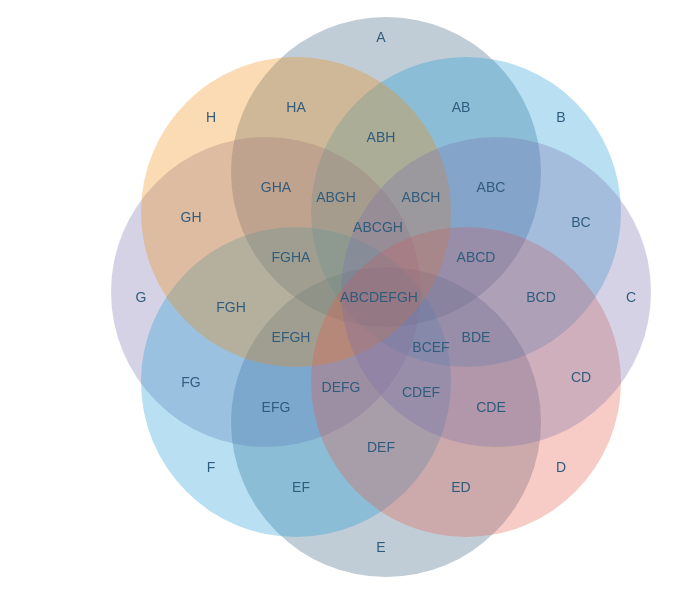
Before: Untitled Diagram.drawio in yuanalexwu/chart, a draw.io diagram. Source tidied: cells renumbered, new cells numbered last; positions are measured from the earlier drawing's top-left corner, leaving out a move shared by most shapes. Both pictures are drawn from the tidied source at 100%, with x=0, y=0 at pixel (110, 17).
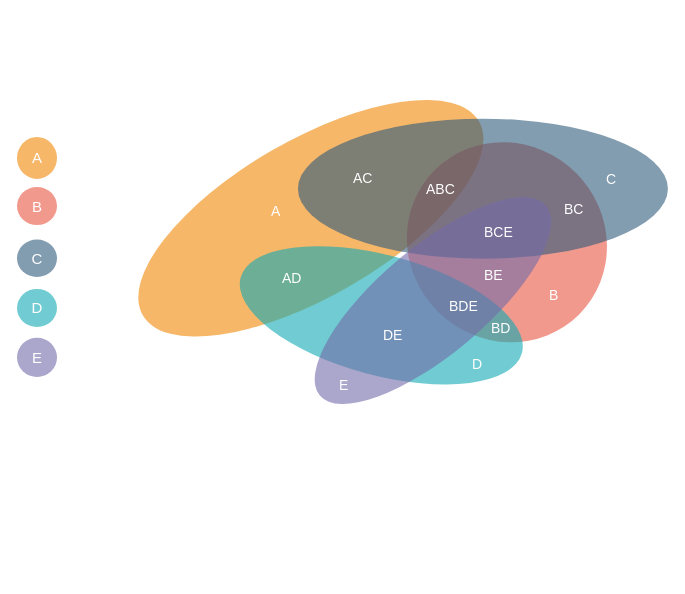
The same diagram, later.

Change to the diagram source:
```diff
@@
-    <mxCell id="2" style="ellipse;whiteSpace=wrap;html=1;rounded=1;shadow=0;labelBackgroundColor=none;strokeColor=none;strokeWidth=3;fillColor=#2f5b7c;gradientColor=none;fontFamily=Helvetica;fontSize=14;fontColor=#AE4132;align=center;opacity=30;" parent="1" vertex="1">
-      <mxGeometry x="120.5" y="249.5" width="310" height="310" as="geometry" />
-    </mxCell>
-    <mxCell id="3" style="ellipse;whiteSpace=wrap;html=1;rounded=1;shadow=0;labelBackgroundColor=none;strokeColor=none;strokeWidth=3;fillColor=#2f5b7c;gradientColor=none;fontFamily=Helvetica;fontSize=14;fontColor=#AE4132;align=center;opacity=30;" parent="1" vertex="1">
-      <mxGeometry x="120.5" y="-0.5" width="310" height="310" as="geometry" />
-    </mxCell>
-    <mxCell id="4" style="ellipse;whiteSpace=wrap;html=1;rounded=1;shadow=0;labelBackgroundColor=none;strokeColor=none;strokeWidth=3;fillColor=#1699D3;gradientColor=none;fontFamily=Helvetica;fontSize=14;fontColor=#AE4132;align=center;opacity=30;" parent="1" vertex="1">
-      <mxGeometry x="200.5" y="39.5" width="310" height="310" as="geometry" />
-    </mxCell>
-    <mxCell id="5" style="ellipse;whiteSpace=wrap;html=1;rounded=1;shadow=0;labelBackgroundColor=none;strokeColor=none;strokeWidth=3;fillColor=#736CA8;gradientColor=none;fontFamily=Helvetica;fontSize=14;fontColor=#AE4132;align=center;opacity=30;" parent="1" vertex="1">
-      <mxGeometry x="0.5" y="119.5" width="310" height="310" as="geometry" />
-    </mxCell>
-    <mxCell id="6" style="ellipse;whiteSpace=wrap;html=1;rounded=1;shadow=0;labelBackgroundColor=none;strokeColor=none;strokeWidth=3;fillColor=#1699D3;gradientColor=none;fontFamily=Helvetica;fontSize=14;fontColor=#AE4132;align=center;opacity=30;" parent="1" vertex="1">
-      <mxGeometry x="30.5" y="209.5" width="310" height="310" as="geometry" />
-    </mxCell>
-    <mxCell id="7" style="ellipse;whiteSpace=wrap;html=1;rounded=1;shadow=0;labelBackgroundColor=none;strokeColor=none;strokeWidth=3;fillColor=#F08705;gradientColor=none;fontFamily=Helvetica;fontSize=14;fontColor=#AE4132;align=center;opacity=30;" parent="1" vertex="1">
-      <mxGeometry x="30.5" y="39.5" width="310" height="310" as="geometry" />
-    </mxCell>
-    <mxCell id="8" style="ellipse;whiteSpace=wrap;html=1;rounded=1;shadow=0;labelBackgroundColor=none;strokeColor=none;strokeWidth=3;fillColor=#E85642;gradientColor=none;fontFamily=Helvetica;fontSize=14;fontColor=#AE4132;align=center;opacity=30;" parent="1" vertex="1">
-      <mxGeometry x="200.5" y="209.5" width="310" height="310" as="geometry" />
-    </mxCell>
-    <mxCell id="9" style="ellipse;whiteSpace=wrap;html=1;rounded=1;shadow=0;labelBackgroundColor=none;strokeColor=none;strokeWidth=3;fillColor=#736CA8;gradientColor=none;fontFamily=Helvetica;fontSize=14;fontColor=#AE4132;align=center;opacity=30;" parent="1" vertex="1">
-      <mxGeometry x="230.5" y="119.5" width="310" height="310" as="geometry" />
-    </mxCell>
-    <mxCell id="10" value="H" style="text;html=1;strokeColor=none;fillColor=none;align=center;verticalAlign=middle;whiteSpace=wrap;rounded=0;shadow=0;labelBackgroundColor=none;fontFamily=Helvetica;fontSize=14;fontColor=#2F5B7C;" parent="1" vertex="1">
-      <mxGeometry x="80.5" y="89.5" width="40" height="20" as="geometry" />
-    </mxCell>
-    <mxCell id="11" value="G" style="text;html=1;strokeColor=none;fillColor=none;align=center;verticalAlign=middle;whiteSpace=wrap;rounded=0;shadow=0;labelBackgroundColor=none;fontFamily=Helvetica;fontSize=14;fontColor=#2F5B7C;" parent="1" vertex="1">
-      <mxGeometry x="10.5" y="269.5" width="40" height="20" as="geometry" />
-    </mxCell>
-    <mxCell id="12" value="F" style="text;html=1;strokeColor=none;fillColor=none;align=center;verticalAlign=middle;whiteSpace=wrap;rounded=0;shadow=0;labelBackgroundColor=none;fontFamily=Helvetica;fontSize=14;fontColor=#2F5B7C;" parent="1" vertex="1">
-      <mxGeometry x="80.5" y="439.5" width="40" height="20" as="geometry" />
-    </mxCell>
-    <mxCell id="13" value="E" style="text;html=1;strokeColor=none;fillColor=none;align=center;verticalAlign=middle;whiteSpace=wrap;rounded=0;shadow=0;labelBackgroundColor=none;fontFamily=Helvetica;fontSize=14;fontColor=#2F5B7C;" parent="1" vertex="1">
-      <mxGeometry x="250.5" y="519.5" width="40" height="20" as="geometry" />
-    </mxCell>
-    <mxCell id="14" value="D" style="text;html=1;strokeColor=none;fillColor=none;align=center;verticalAlign=middle;whiteSpace=wrap;rounded=0;shadow=0;labelBackgroundColor=none;fontFamily=Helvetica;fontSize=14;fontColor=#2F5B7C;" parent="1" vertex="1">
-      <mxGeometry x="430.5" y="439.5" width="40" height="20" as="geometry" />
-    </mxCell>
-    <mxCell id="15" value="C" style="text;html=1;strokeColor=none;fillColor=none;align=center;verticalAlign=middle;whiteSpace=wrap;rounded=0;shadow=0;labelBackgroundColor=none;fontFamily=Helvetica;fontSize=14;fontColor=#2F5B7C;" parent="1" vertex="1">
-      <mxGeometry x="500.5" y="269.5" width="40" height="20" as="geometry" />
-    </mxCell>
-    <mxCell id="16" value="B" style="text;html=1;strokeColor=none;fillColor=none;align=center;verticalAlign=middle;whiteSpace=wrap;rounded=0;shadow=0;labelBackgroundColor=none;fontFamily=Helvetica;fontSize=14;fontColor=#2F5B7C;" parent="1" vertex="1">
-      <mxGeometry x="430.5" y="89.5" width="40" height="20" as="geometry" />
-    </mxCell>
-    <mxCell id="17" value="A" style="text;html=1;strokeColor=none;fillColor=none;align=center;verticalAlign=middle;whiteSpace=wrap;rounded=0;shadow=0;labelBackgroundColor=none;fontFamily=Helvetica;fontSize=14;fontColor=#2F5B7C;" parent="1" vertex="1">
-      <mxGeometry x="250.5" y="9.5" width="40" height="20" as="geometry" />
-    </mxCell>
-    <mxCell id="18" value="HA" style="text;html=1;strokeColor=none;fillColor=none;align=center;verticalAlign=middle;whiteSpace=wrap;rounded=0;shadow=0;labelBackgroundColor=none;fontFamily=Helvetica;fontSize=14;fontColor=#2F5B7C;" parent="1" vertex="1">
-      <mxGeometry x="165.5" y="79.5" width="40" height="20" as="geometry" />
-    </mxCell>
-    <mxCell id="19" value="AB" style="text;html=1;strokeColor=none;fillColor=none;align=center;verticalAlign=middle;whiteSpace=wrap;rounded=0;shadow=0;labelBackgroundColor=none;fontFamily=Helvetica;fontSize=14;fontColor=#2F5B7C;" parent="1" vertex="1">
-      <mxGeometry x="330.5" y="79.5" width="40" height="20" as="geometry" />
-    </mxCell>
+    <mxCell id="45" style="ellipse;whiteSpace=wrap;rotation=-30;fillColor=#F08705;opacity=60;strokeColor=none;html=1;" parent="1" vertex="1">
+      <mxGeometry x="6.3" y="122.6" width="388.1" height="156.4" as="geometry" />
+    </mxCell>
+    <mxCell id="46" style="ellipse;whiteSpace=wrap;rotation=135;fillColor=#E85642;opacity=60;strokeColor=none;html=1;" parent="1" vertex="1">
+      <mxGeometry x="298.5" y="122.6" width="195.8" height="204.3" as="geometry" />
+    </mxCell>
+    <mxCell id="47" style="ellipse;whiteSpace=wrap;fillColor=#2F5B7C;opacity=60;strokeColor=none;html=1;" parent="1" vertex="1">
+      <mxGeometry x="187.4" y="101.2" width="370" height="140" as="geometry" />
+    </mxCell>
+    <mxCell id="48" style="ellipse;whiteSpace=wrap;fillColor=#12AAB5;opacity=60;strokeColor=none;rotation=15;html=1;" parent="1" vertex="1">
+      <mxGeometry x="125.2" y="237.8" width="291.2" height="120" as="geometry" />
+    </mxCell>
+    <mxCell id="49" style="ellipse;whiteSpace=wrap;rotation=-40;fillColor=#736CA8;opacity=60;strokeColor=none;html=1;" parent="1" vertex="1">
+      <mxGeometry x="174.8" y="229.4" width="295.4" height="107.3" as="geometry" />
+    </mxCell>
+    <mxCell id="50" value="A" style="text;spacingTop=-5;fontStyle=0;fontSize=14;html=1;fontColor=#FFFFFF;" parent="1" vertex="1">
+      <mxGeometry x="158.5" y="184.4" width="30" height="20" as="geometry" />
+    </mxCell>
+    <mxCell id="51" value="B" style="text;spacingTop=-5;fontStyle=0;fontSize=14;html=1;fontColor=#FFFFFF;" parent="1" vertex="1">
+      <mxGeometry x="436.5" y="267.6" width="30" height="20" as="geometry" />
+    </mxCell>
+    <mxCell id="52" value="C" style="text;spacingTop=-5;fontStyle=0;fontSize=14;html=1;fontColor=#FFFFFF;" parent="1" vertex="1">
+      <mxGeometry x="494.3" y="152.4" width="30" height="20" as="geometry" />
+    </mxCell>
+    <mxCell id="53" value="D" style="text;spacingTop=-5;fontStyle=0;fontSize=14;html=1;fontColor=#FFFFFF;" parent="1" vertex="1">
+      <mxGeometry x="360.4" y="336.7" width="30" height="20" as="geometry" />
+    </mxCell>
+    <mxCell id="54" value="E" style="text;spacingTop=-5;fontStyle=0;fontSize=14;html=1;fontColor=#FFFFFF;" parent="1" vertex="1">
+      <mxGeometry x="226.5" y="357.8" width="30" height="20" as="geometry" />
+    </mxCell>
+    <mxCell id="55" value="AC" style="text;spacingTop=-5;fontStyle=0;fontSize=14;html=1;fontColor=#FFFFFF;" parent="1" vertex="1">
+      <mxGeometry x="240.8" y="150.5" width="30" height="20" as="geometry" />
+    </mxCell>
+    <mxCell id="21" value="BC" style="text;spacingTop=-5;fontStyle=0;fontSize=14;html=1;fontColor=#FFFFFF;" parent="1" vertex="1">
+      <mxGeometry x="451.5" y="182.4" width="30" height="20" as="geometry" />
+    </mxCell>
-    <mxCell id="20" value="ABC" style="text;html=1;strokeColor=none;fillColor=none;align=center;verticalAlign=middle;whiteSpace=wrap;rounded=0;shadow=0;labelBackgroundColor=none;fontFamily=Helvetica;fontSize=14;fontColor=#2F5B7C;" parent="1" vertex="1">
-      <mxGeometry x="360.5" y="159.5" width="40" height="20" as="geometry" />
+    <mxCell id="20" value="ABC" style="text;spacingTop=-5;fontStyle=0;fontSize=14;html=1;fontColor=#FFFFFF;" parent="1" vertex="1">
+      <mxGeometry x="314.4" y="162.4" width="30" height="20" as="geometry" />
     </mxCell>
-    <mxCell id="21" value="BC" style="text;html=1;strokeColor=none;fillColor=none;align=center;verticalAlign=middle;whiteSpace=wrap;rounded=0;shadow=0;labelBackgroundColor=none;fontFamily=Helvetica;fontSize=14;fontColor=#2F5B7C;" parent="1" vertex="1">
-      <mxGeometry x="450.5" y="194.5" width="40" height="20" as="geometry" />
-    </mxCell>
-    <mxCell id="22" value="BCD" style="text;html=1;strokeColor=none;fillColor=none;align=center;verticalAlign=middle;whiteSpace=wrap;rounded=0;shadow=0;labelBackgroundColor=none;fontFamily=Helvetica;fontSize=14;fontColor=#2F5B7C;" parent="1" vertex="1">
-      <mxGeometry x="410.5" y="269.5" width="40" height="20" as="geometry" />
-    </mxCell>
-    <mxCell id="23" value="CD" style="text;html=1;strokeColor=none;fillColor=none;align=center;verticalAlign=middle;whiteSpace=wrap;rounded=0;shadow=0;labelBackgroundColor=none;fontFamily=Helvetica;fontSize=14;fontColor=#2F5B7C;" parent="1" vertex="1">
-      <mxGeometry x="450.5" y="349.5" width="40" height="20" as="geometry" />
-    </mxCell>
-    <mxCell id="24" value="ED" style="text;html=1;strokeColor=none;fillColor=none;align=center;verticalAlign=middle;whiteSpace=wrap;rounded=0;shadow=0;labelBackgroundColor=none;fontFamily=Helvetica;fontSize=14;fontColor=#2F5B7C;" parent="1" vertex="1">
-      <mxGeometry x="330.5" y="459.5" width="40" height="20" as="geometry" />
-    </mxCell>
-    <mxCell id="25" value="CDE" style="text;html=1;strokeColor=none;fillColor=none;align=center;verticalAlign=middle;whiteSpace=wrap;rounded=0;shadow=0;labelBackgroundColor=none;fontFamily=Helvetica;fontSize=14;fontColor=#2F5B7C;" parent="1" vertex="1">
-      <mxGeometry x="360.5" y="379.5" width="40" height="20" as="geometry" />
-    </mxCell>
-    <mxCell id="26" value="EF" style="text;html=1;strokeColor=none;fillColor=none;align=center;verticalAlign=middle;whiteSpace=wrap;rounded=0;shadow=0;labelBackgroundColor=none;fontFamily=Helvetica;fontSize=14;fontColor=#2F5B7C;" parent="1" vertex="1">
-      <mxGeometry x="170.5" y="459.5" width="40" height="20" as="geometry" />
-    </mxCell>
-    <mxCell id="27" value="DEF" style="text;html=1;strokeColor=none;fillColor=none;align=center;verticalAlign=middle;whiteSpace=wrap;rounded=0;shadow=0;labelBackgroundColor=none;fontFamily=Helvetica;fontSize=14;fontColor=#2F5B7C;" parent="1" vertex="1">
-      <mxGeometry x="250.5" y="419.5" width="40" height="20" as="geometry" />
-    </mxCell>
-    <mxCell id="28" value="EFG" style="text;html=1;strokeColor=none;fillColor=none;align=center;verticalAlign=middle;whiteSpace=wrap;rounded=0;shadow=0;labelBackgroundColor=none;fontFamily=Helvetica;fontSize=14;fontColor=#2F5B7C;" parent="1" vertex="1">
-      <mxGeometry x="145.5" y="379.5" width="40" height="20" as="geometry" />
-    </mxCell>
-    <mxCell id="29" value="FG" style="text;html=1;strokeColor=none;fillColor=none;align=center;verticalAlign=middle;whiteSpace=wrap;rounded=0;shadow=0;labelBackgroundColor=none;fontFamily=Helvetica;fontSize=14;fontColor=#2F5B7C;" parent="1" vertex="1">
-      <mxGeometry x="60.5" y="354.5" width="40" height="20" as="geometry" />
-    </mxCell>
-    <mxCell id="30" value="FGH" style="text;html=1;strokeColor=none;fillColor=none;align=center;verticalAlign=middle;whiteSpace=wrap;rounded=0;shadow=0;labelBackgroundColor=none;fontFamily=Helvetica;fontSize=14;fontColor=#2F5B7C;" parent="1" vertex="1">
-      <mxGeometry x="100.5" y="279.5" width="40" height="20" as="geometry" />
-    </mxCell>
-    <mxCell id="31" value="GH" style="text;html=1;strokeColor=none;fillColor=none;align=center;verticalAlign=middle;whiteSpace=wrap;rounded=0;shadow=0;labelBackgroundColor=none;fontFamily=Helvetica;fontSize=14;fontColor=#2F5B7C;" parent="1" vertex="1">
-      <mxGeometry x="60.5" y="189.5" width="40" height="20" as="geometry" />
-    </mxCell>
-    <mxCell id="32" value="GHA" style="text;html=1;strokeColor=none;fillColor=none;align=center;verticalAlign=middle;whiteSpace=wrap;rounded=0;shadow=0;labelBackgroundColor=none;fontFamily=Helvetica;fontSize=14;fontColor=#2F5B7C;" parent="1" vertex="1">
-      <mxGeometry x="145.5" y="159.5" width="40" height="20" as="geometry" />
-    </mxCell>
-    <mxCell id="33" value="ABH" style="text;html=1;strokeColor=none;fillColor=none;align=center;verticalAlign=middle;whiteSpace=wrap;rounded=0;shadow=0;labelBackgroundColor=none;fontFamily=Helvetica;fontSize=14;fontColor=#2F5B7C;" parent="1" vertex="1">
-      <mxGeometry x="250.5" y="109.5" width="40" height="20" as="geometry" />
-    </mxCell>
+    <mxCell id="56" value="BCE" style="text;spacingTop=-5;fontStyle=0;fontSize=14;html=1;fontColor=#FFFFFF;" parent="1" vertex="1">
+      <mxGeometry x="372.4" y="204.7" width="30" height="20" as="geometry" />
+    </mxCell>
+    <mxCell id="57" value="BE" style="text;spacingTop=-5;fontStyle=0;fontSize=14;html=1;fontColor=#FFFFFF;" parent="1" vertex="1">
+      <mxGeometry x="372.4" y="247.6" width="30" height="20" as="geometry" />
+    </mxCell>
+    <mxCell id="58" value="BD" style="text;spacingTop=-5;fontStyle=0;fontSize=14;html=1;fontColor=#FFFFFF;" parent="1" vertex="1">
+      <mxGeometry x="379.4" y="300.8" width="30" height="20" as="geometry" />
+    </mxCell>
-    <mxCell id="34" value="BDE" style="text;html=1;strokeColor=none;fillColor=none;align=center;verticalAlign=middle;whiteSpace=wrap;rounded=0;shadow=0;labelBackgroundColor=none;fontFamily=Helvetica;fontSize=14;fontColor=#2F5B7C;" parent="1" vertex="1">
-      <mxGeometry x="345.5" y="309.5" width="40" height="20" as="geometry" />
+    <mxCell id="34" value="BDE" style="text;spacingTop=-5;fontStyle=0;fontSize=14;html=1;fontColor=#FFFFFF;" parent="1" vertex="1">
+      <mxGeometry x="336.5" y="279" width="30" height="20" as="geometry" />
     </mxCell>
-    <mxCell id="35" value="CDEF" style="text;html=1;strokeColor=none;fillColor=none;align=center;verticalAlign=middle;whiteSpace=wrap;rounded=0;shadow=0;labelBackgroundColor=none;fontFamily=Helvetica;fontSize=14;fontColor=#2F5B7C;" parent="1" vertex="1">
-      <mxGeometry x="290.5" y="364.5" width="40" height="20" as="geometry" />
-    </mxCell>
-    <mxCell id="36" value="DEFG" style="text;html=1;strokeColor=none;fillColor=none;align=center;verticalAlign=middle;whiteSpace=wrap;rounded=0;shadow=0;labelBackgroundColor=none;fontFamily=Helvetica;fontSize=14;fontColor=#2F5B7C;" parent="1" vertex="1">
-      <mxGeometry x="210.5" y="359.5" width="40" height="20" as="geometry" />
-    </mxCell>
-    <mxCell id="37" value="EFGH" style="text;html=1;strokeColor=none;fillColor=none;align=center;verticalAlign=middle;whiteSpace=wrap;rounded=0;shadow=0;labelBackgroundColor=none;fontFamily=Helvetica;fontSize=14;fontColor=#2F5B7C;" parent="1" vertex="1">
-      <mxGeometry x="160.5" y="309.5" width="40" height="20" as="geometry" />
-    </mxCell>
-    <mxCell id="38" value="FGHA" style="text;html=1;strokeColor=none;fillColor=none;align=center;verticalAlign=middle;whiteSpace=wrap;rounded=0;shadow=0;labelBackgroundColor=none;fontFamily=Helvetica;fontSize=14;fontColor=#2F5B7C;" parent="1" vertex="1">
-      <mxGeometry x="160.5" y="229.5" width="40" height="20" as="geometry" />
-    </mxCell>
-    <mxCell id="39" value="ABGH" style="text;html=1;strokeColor=none;fillColor=none;align=center;verticalAlign=middle;whiteSpace=wrap;rounded=0;shadow=0;labelBackgroundColor=none;fontFamily=Helvetica;fontSize=14;fontColor=#2F5B7C;" parent="1" vertex="1">
-      <mxGeometry x="205.5" y="169.5" width="40" height="20" as="geometry" />
-    </mxCell>
-    <mxCell id="40" value="ABCH" style="text;html=1;strokeColor=none;fillColor=none;align=center;verticalAlign=middle;whiteSpace=wrap;rounded=0;shadow=0;labelBackgroundColor=none;fontFamily=Helvetica;fontSize=14;fontColor=#2F5B7C;" parent="1" vertex="1">
-      <mxGeometry x="290.5" y="169.5" width="40" height="20" as="geometry" />
-    </mxCell>
-    <mxCell id="41" value="ABCD" style="text;html=1;strokeColor=none;fillColor=none;align=center;verticalAlign=middle;whiteSpace=wrap;rounded=0;shadow=0;labelBackgroundColor=none;fontFamily=Helvetica;fontSize=14;fontColor=#2F5B7C;" parent="1" vertex="1">
-      <mxGeometry x="345.5" y="229.5" width="40" height="20" as="geometry" />
-    </mxCell>
-    <mxCell id="42" value="BCEF" style="text;html=1;strokeColor=none;fillColor=none;align=center;verticalAlign=middle;whiteSpace=wrap;rounded=0;shadow=0;labelBackgroundColor=none;fontFamily=Helvetica;fontSize=14;fontColor=#2F5B7C;" parent="1" vertex="1">
-      <mxGeometry x="300.5" y="319.5" width="40" height="20" as="geometry" />
-    </mxCell>
-    <mxCell id="43" value="ABCGH" style="text;html=1;strokeColor=none;fillColor=none;align=center;verticalAlign=middle;whiteSpace=wrap;rounded=0;shadow=0;labelBackgroundColor=none;fontFamily=Helvetica;fontSize=14;fontColor=#2F5B7C;" parent="1" vertex="1">
-      <mxGeometry x="247.5" y="199.5" width="40" height="20" as="geometry" />
-    </mxCell>
-    <mxCell id="44" value="ABCDEFGH" style="text;html=1;strokeColor=none;fillColor=none;align=center;verticalAlign=middle;whiteSpace=wrap;rounded=0;shadow=0;labelBackgroundColor=none;fontFamily=Helvetica;fontSize=14;fontColor=#2F5B7C;" parent="1" vertex="1">
-      <mxGeometry x="248.5" y="269.5" width="40" height="20" as="geometry" />
-    </mxCell>
+    <mxCell id="59" value="AD" style="text;spacingTop=-5;fontStyle=0;fontSize=14;html=1;fontColor=#FFFFFF;" parent="1" vertex="1">
+      <mxGeometry x="170.4" y="250.9" width="30" height="20" as="geometry" />
+    </mxCell>
+    <mxCell id="60" value="DE" style="text;spacingTop=-5;fontStyle=0;fontSize=14;html=1;fontColor=#FFFFFF;" parent="1" vertex="1">
+      <mxGeometry x="270.8" y="307.6" width="30" height="20" as="geometry" />
+    </mxCell>
+    <mxCell id="61" value="A" style="ellipse;whiteSpace=wrap;rotation=0;fillColor=#f08705;opacity=60;strokeColor=none;html=1;gradientColor=none;fontSize=15;fontColor=#FFFFFF;" parent="1" vertex="1">
+      <mxGeometry x="-93.5" y="119.5" width="40" height="41.9" as="geometry" />
+    </mxCell>
+    <mxCell id="62" value="B" style="ellipse;whiteSpace=wrap;rotation=0;fillColor=#e85642;opacity=60;strokeColor=none;html=1;fontSize=15;fontColor=#FFFFFF;" parent="1" vertex="1">
+      <mxGeometry x="-93.5" y="169.5" width="40" height="38.1" as="geometry" />
+    </mxCell>
+    <mxCell id="63" value="C" style="ellipse;whiteSpace=wrap;fillColor=#2f5b7c;opacity=60;strokeColor=none;html=1;fontSize=15;fontColor=#FFFFFF;" parent="1" vertex="1">
+      <mxGeometry x="-93.5" y="222.1" width="40" height="37.4" as="geometry" />
+    </mxCell>
+    <mxCell id="64" value="D" style="ellipse;whiteSpace=wrap;fillColor=#12aab5;opacity=60;strokeColor=none;html=1;fontSize=15;fontColor=#FFFFFF;" parent="1" vertex="1">
+      <mxGeometry x="-93.5" y="271.4" width="40" height="38.1" as="geometry" />
+    </mxCell>
+    <mxCell id="65" value="E" style="ellipse;whiteSpace=wrap;rotation=0;fillColor=#736ca8;opacity=60;strokeColor=none;html=1;fontSize=15;fontColor=#FFFFFF;" parent="1" vertex="1">
+      <mxGeometry x="-93.5" y="320.3" width="40" height="39.2" as="geometry" />
+    </mxCell>
```
